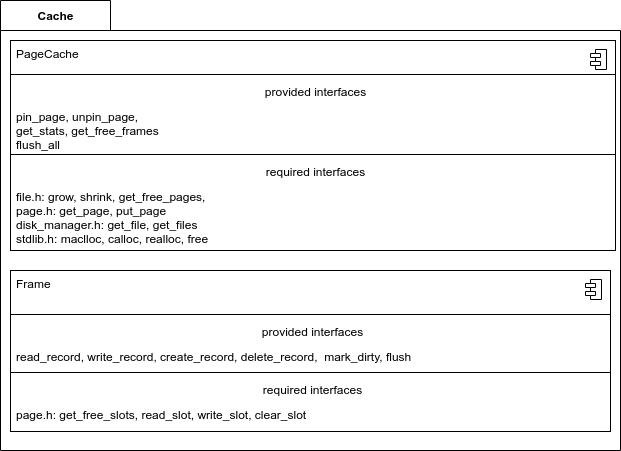
Above: doc/user_guide/img/cache_arch.png in SomeUserName1/master (draw.io), before the change. Source tidied: cells renumbered, new cells last; positions are measured from the earlier drawing's top-left corner, leaving out a move shared by most shapes.
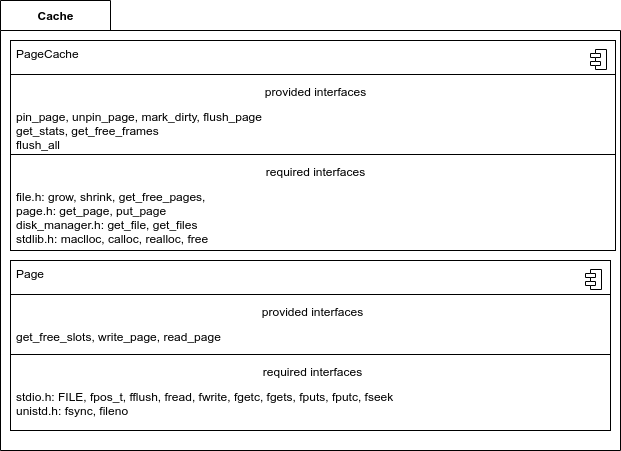
Later version of the same file.

What changed in the source:
```diff
@@ -22,7 +22,7 @@
     <mxCell id="7" value="provided interfaces" style="html=1;align=center;spacingLeft=4;verticalAlign=top;strokeColor=none;fillColor=none;" parent="3" vertex="1">
       <mxGeometry y="38" width="605" height="25" as="geometry" />
     </mxCell>
-    <mxCell id="8" value="pin_page, unpin_page,&lt;br&gt;get_stats, get_free_frames&lt;br&gt;flush_all" style="html=1;align=left;spacingLeft=4;verticalAlign=top;strokeColor=none;fillColor=none;" parent="3" vertex="1">
+    <mxCell id="8" value="pin_page, unpin_page, mark_dirty, flush_page&lt;br&gt;get_stats, get_free_frames&lt;br&gt;flush_all" style="html=1;align=left;spacingLeft=4;verticalAlign=top;strokeColor=none;fillColor=none;" parent="3" vertex="1">
       <mxGeometry y="63" width="605" height="47" as="geometry" />
     </mxCell>
     <mxCell id="9" style="line;strokeWidth=1;fillColor=none;align=left;verticalAlign=middle;spacingTop=-1;spacingLeft=3;spacingRight=3;labelPosition=right;" parent="3" vertex="1">
@@ -34,34 +34,34 @@
     <mxCell id="11" value="file.h: grow, shrink, get_free_pages, &lt;br&gt;page.h: get_page, put_page&amp;nbsp;&lt;br&gt;disk_manager.h: get_file, get_files&lt;br&gt;stdlib.h: maclloc, calloc, realloc, free" style="html=1;align=left;spacingLeft=4;verticalAlign=top;strokeColor=none;fillColor=none;" parent="3" vertex="1">
       <mxGeometry y="143" width="605" height="67" as="geometry" />
     </mxCell>
-    <mxCell id="12" style="fontStyle=1;align=center;verticalAlign=top;horizontal=1;" parent="1" vertex="1">
-      <mxGeometry x="10" y="270" width="600" height="161" as="geometry" />
-    </mxCell>
-    <mxCell id="13" value="Frame" style="html=1;align=left;spacingLeft=4;verticalAlign=top;strokeColor=none;fillColor=none;" parent="12" vertex="1">
-      <mxGeometry width="600" height="40" as="geometry" />
-    </mxCell>
-    <mxCell id="14" style="shape=module;jettyWidth=10;jettyHeight=4;" parent="13" vertex="1">
-      <mxGeometry x="1" width="16" height="20" relative="1" as="geometry">
-        <mxPoint x="-25" y="9" as="offset" />
-      </mxGeometry>
-    </mxCell>
-    <mxCell id="15" style="line;strokeWidth=1;fillColor=none;align=left;verticalAlign=middle;spacingTop=-1;spacingLeft=3;spacingRight=3;labelPosition=right;" parent="12" vertex="1">
-      <mxGeometry y="40" width="600" height="8" as="geometry" />
-    </mxCell>
+    <mxCell id="21" style="fontStyle=1;align=center;verticalAlign=top;horizontal=1;" parent="1" vertex="1">
+      <mxGeometry x="10" y="260" width="600" height="170" as="geometry" />
+    </mxCell>
+    <mxCell id="22" value="Page" style="html=1;align=left;spacingLeft=4;verticalAlign=top;strokeColor=none;fillColor=none;" parent="21" vertex="1">
+      <mxGeometry width="600" height="30" as="geometry" />
+    </mxCell>
+    <mxCell id="23" style="shape=module;jettyWidth=10;jettyHeight=4;" parent="22" vertex="1">
+      <mxGeometry x="1" width="16" height="20" relative="1" as="geometry">
+        <mxPoint x="-25" y="9" as="offset" />
+      </mxGeometry>
+    </mxCell>
+    <mxCell id="24" style="line;strokeWidth=1;fillColor=none;align=left;verticalAlign=middle;spacingTop=-1;spacingLeft=3;spacingRight=3;labelPosition=right;" parent="21" vertex="1">
+      <mxGeometry y="30" width="600" height="8" as="geometry" />
+    </mxCell>
-    <mxCell id="16" value="provided interfaces" style="html=1;align=center;spacingLeft=4;verticalAlign=top;strokeColor=none;fillColor=none;" parent="12" vertex="1">
-      <mxGeometry y="48" width="600" height="25" as="geometry" />
+    <mxCell id="16" value="provided interfaces" style="html=1;align=center;spacingLeft=4;verticalAlign=top;strokeColor=none;fillColor=none;" parent="21" vertex="1">
+      <mxGeometry y="38" width="600" height="25" as="geometry" />
     </mxCell>
-    <mxCell id="17" value="read_record, write_record, create_record, delete_record,&amp;nbsp;&amp;nbsp;mark_dirty, flush" style="html=1;align=left;spacingLeft=4;verticalAlign=top;strokeColor=none;fillColor=none;" parent="12" vertex="1">
-      <mxGeometry y="73" width="600" height="25" as="geometry" />
-    </mxCell>
-    <mxCell id="18" style="line;strokeWidth=1;fillColor=none;align=left;verticalAlign=middle;spacingTop=-1;spacingLeft=3;spacingRight=3;labelPosition=right;" parent="12" vertex="1">
-      <mxGeometry y="98" width="600" height="8" as="geometry" />
-    </mxCell>
+    <mxCell id="25" value="get_free_slots, write_page, read_page" style="html=1;align=left;spacingLeft=4;verticalAlign=top;strokeColor=none;fillColor=none;" parent="21" vertex="1">
+      <mxGeometry y="63" width="600" height="27" as="geometry" />
+    </mxCell>
+    <mxCell id="26" style="line;strokeWidth=1;fillColor=none;align=left;verticalAlign=middle;spacingTop=-1;spacingLeft=3;spacingRight=3;labelPosition=right;" parent="21" vertex="1">
+      <mxGeometry y="90" width="600" height="8" as="geometry" />
+    </mxCell>
-    <mxCell id="19" value="required interfaces" style="html=1;align=center;spacingLeft=4;verticalAlign=top;strokeColor=none;fillColor=none;" parent="12" vertex="1">
-      <mxGeometry y="106" width="600" height="25" as="geometry" />
+    <mxCell id="19" value="required interfaces" style="html=1;align=center;spacingLeft=4;verticalAlign=top;strokeColor=none;fillColor=none;" parent="21" vertex="1">
+      <mxGeometry y="98" width="600" height="25" as="geometry" />
     </mxCell>
-    <mxCell id="20" value="page.h: get_free_slots, read_slot, write_slot, clear_slot" style="html=1;align=left;spacingLeft=4;verticalAlign=top;strokeColor=none;fillColor=none;" parent="12" vertex="1">
-      <mxGeometry y="131" width="600" height="30" as="geometry" />
-    </mxCell>
+    <mxCell id="27" value="stdio.h: FILE, fpos_t, fflush, fread, fwrite,&amp;nbsp;fgetc, fgets, fputs, fputc, fseek&lt;br&gt;unistd.h: fsync, fileno" style="html=1;align=left;spacingLeft=4;verticalAlign=top;strokeColor=none;fillColor=none;" parent="21" vertex="1">
+      <mxGeometry y="123" width="600" height="47" as="geometry" />
+    </mxCell>
   </root>
 </mxGraphModel>
```
